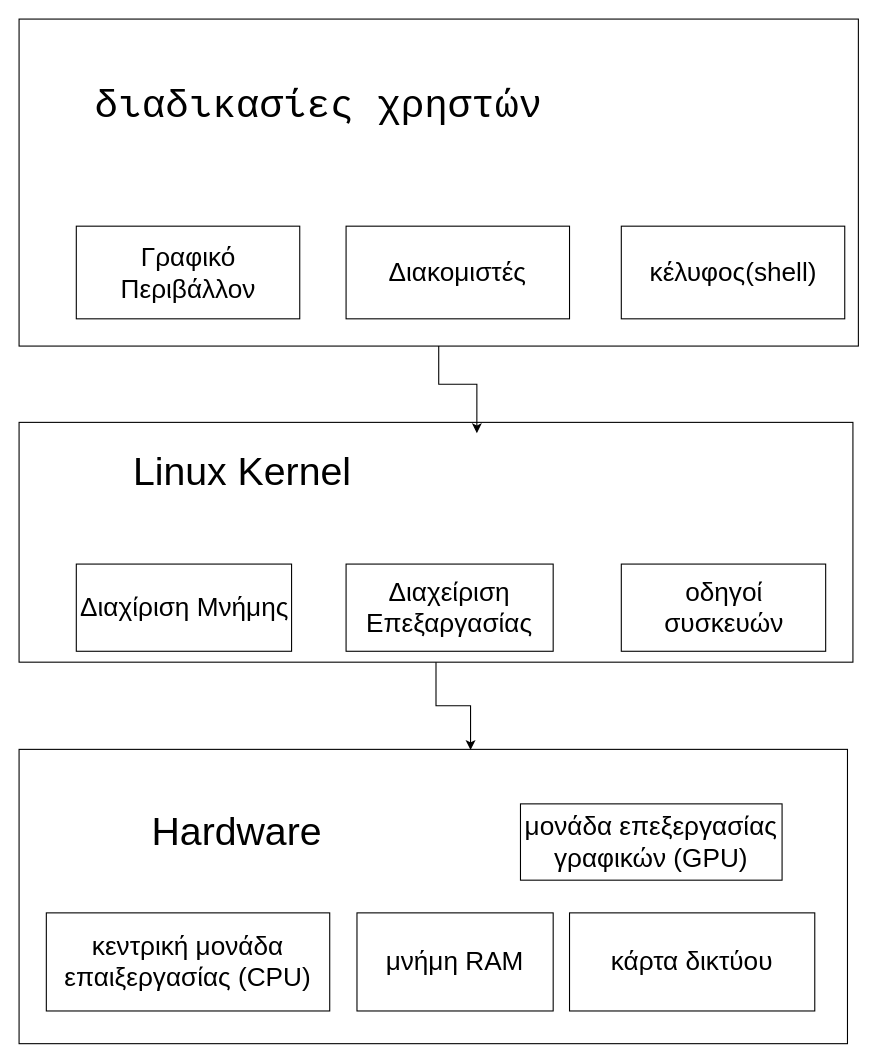
ChrisToumparis/linuxmoocduth keeps this draw.io diagram as linuxlevels.drawio. Above is the earlier version. Source tidied: cells renumbered, new cells numbered last; positions are measured from the earlier drawing's top-left corner, leaving out a move shared by most shapes. Both pictures are drawn from the tidied source at 109%, with x=0, y=0 at pixel (19, 19).
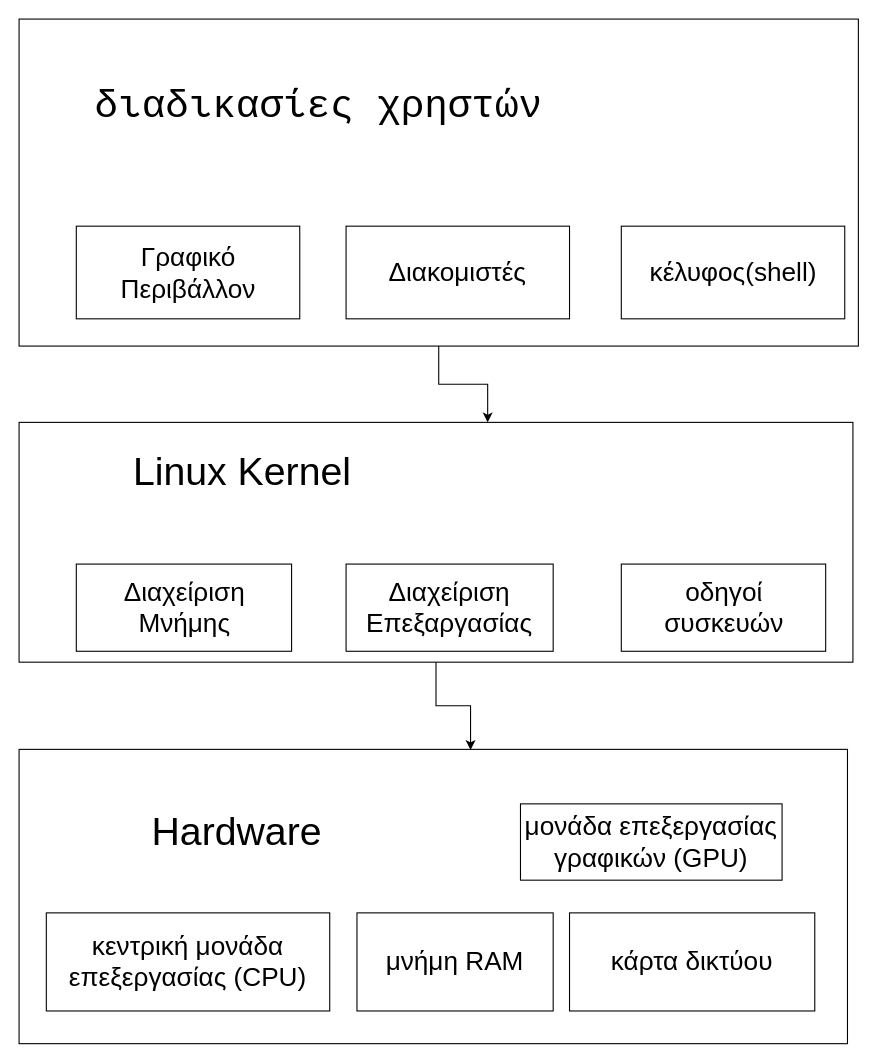
After the change.

What changed in the source:
```diff
@@
 <mxGraphModel>
   <root>
     <mxCell id="0" />
     <mxCell id="1" parent="0" />
     <mxCell id="2" style="rounded=0;whiteSpace=wrap;html=1;" parent="1" vertex="1">
       <mxGeometry width="770" height="300" as="geometry" />
     </mxCell>
     <mxCell id="3" value="&lt;font style=&quot;font-size: 24px;&quot;&gt;Γραφικό Περιβάλλον&lt;/font&gt;" style="rounded=0;whiteSpace=wrap;html=1;" parent="1" vertex="1">
       <mxGeometry x="52.5" y="190" width="205" height="85" as="geometry" />
     </mxCell>
     <mxCell id="4" value="&lt;font style=&quot;font-size: 24px;&quot;&gt;Διακομιστές&lt;/font&gt;" style="rounded=0;whiteSpace=wrap;html=1;" parent="1" vertex="1">
       <mxGeometry x="300" y="190" width="205" height="85" as="geometry" />
     </mxCell>
     <mxCell id="5" value="&lt;font style=&quot;font-size: 24px;&quot;&gt;κέλυφος(shell)&lt;/font&gt;" style="rounded=0;whiteSpace=wrap;html=1;" parent="1" vertex="1">
       <mxGeometry x="552.5" y="190" width="205" height="85" as="geometry" />
     </mxCell>
     <mxCell id="6" value="&lt;div role=&quot;text&quot; tabindex=&quot;0&quot; id=&quot;tw-target-text-container&quot; class=&quot;tw-ta-container tw-nfl&quot;&gt;&lt;pre dir=&quot;ltr&quot; aria-label=&quot;Μεταφρασμένο κείμενο: διαδικασίες χρήστη&quot; style=&quot;text-align:left&quot; id=&quot;tw-target-text&quot; class=&quot;tw-data-text tw-text-large tw-ta&quot;&gt;&lt;font style=&quot;font-size: 36px;&quot;&gt;διαδικασίες χρηστών&lt;/font&gt;&lt;/pre&gt;&lt;/div&gt;" style="text;html=1;align=center;verticalAlign=middle;whiteSpace=wrap;rounded=0;" parent="1" vertex="1">
       <mxGeometry x="50" y="20" width="450" height="120" as="geometry" />
     </mxCell>
     <mxCell id="7" style="rounded=0;whiteSpace=wrap;html=1;" parent="1" vertex="1">
       <mxGeometry y="370" width="765" height="220" as="geometry" />
     </mxCell>
-    <mxCell id="8" value="&lt;font style=&quot;font-size: 24px;&quot;&gt;Διαχίριση Μνήμης&lt;/font&gt;" style="rounded=0;whiteSpace=wrap;html=1;" parent="1" vertex="1">
+    <mxCell id="8" value="&lt;font style=&quot;font-size: 24px;&quot;&gt;Διαχείριση Μνήμης&lt;/font&gt;" style="rounded=0;whiteSpace=wrap;html=1;" parent="1" vertex="1">
       <mxGeometry x="52.5" y="500" width="197.5" height="80" as="geometry" />
     </mxCell>
     <mxCell id="9" value="&lt;font style=&quot;font-size: 24px;&quot;&gt;Διαχείριση Επεξαργασίας&lt;/font&gt;" style="rounded=0;whiteSpace=wrap;html=1;" parent="1" vertex="1">
       <mxGeometry x="300" y="500" width="190" height="80" as="geometry" />
     </mxCell>
     <mxCell id="10" value="&lt;font style=&quot;font-size: 24px;&quot;&gt;οδηγοί συσκευών&lt;/font&gt;" style="rounded=0;whiteSpace=wrap;html=1;" parent="1" vertex="1">
       <mxGeometry x="552.5" y="500" width="187.5" height="80" as="geometry" />
     </mxCell>
     <mxCell id="11" value="&lt;font style=&quot;font-size: 36px;&quot;&gt;Linux Kernel&lt;/font&gt;" style="text;html=1;align=center;verticalAlign=middle;whiteSpace=wrap;rounded=0;" parent="1" vertex="1">
       <mxGeometry x="60" y="400" width="290" height="30" as="geometry" />
     </mxCell>
     <mxCell id="12" style="rounded=0;whiteSpace=wrap;html=1;" parent="1" vertex="1">
       <mxGeometry y="670" width="760" height="270" as="geometry" />
     </mxCell>
     <mxCell id="13" value="&lt;font style=&quot;font-size: 36px;&quot;&gt;Hardware&lt;/font&gt;" style="text;html=1;align=center;verticalAlign=middle;whiteSpace=wrap;rounded=0;" parent="1" vertex="1">
       <mxGeometry x="70" y="700" width="260" height="90" as="geometry" />
     </mxCell>
-    <mxCell id="14" value="&lt;font style=&quot;font-size: 24px;&quot;&gt;κεντρική μονάδα επαιξεργασίας (CPU)&lt;/font&gt;" style="rounded=0;whiteSpace=wrap;html=1;" parent="1" vertex="1">
+    <mxCell id="14" value="&lt;font style=&quot;font-size: 24px;&quot;&gt;κεντρική μονάδα επεξεργασίας (CPU)&lt;/font&gt;" style="rounded=0;whiteSpace=wrap;html=1;" parent="1" vertex="1">
       <mxGeometry x="25" y="820" width="260" height="90" as="geometry" />
     </mxCell>
-    <mxCell id="15" style="edgeStyle=orthogonalEdgeStyle;rounded=0;jettySize=auto;html=1;entryX=0.549;entryY=0.045;entryDx=0;entryDy=0;entryPerimeter=0;" parent="1" edge="1" source="2" target="7">
-      <mxGeometry relative="1" as="geometry" />
-    </mxCell>
     <mxCell id="16" style="edgeStyle=orthogonalEdgeStyle;rounded=0;jettySize=auto;html=1;entryX=0.545;entryY=0.002;entryDx=0;entryDy=0;entryPerimeter=0;" parent="1" edge="1" source="7" target="12">
       <mxGeometry relative="1" as="geometry" />
     </mxCell>
     <mxCell id="17" value="&lt;font style=&quot;font-size: 24px;&quot;&gt;μνήμη RAM&lt;/font&gt;" style="rounded=0;whiteSpace=wrap;html=1;" parent="1" vertex="1">
       <mxGeometry x="310" y="820" width="180" height="90" as="geometry" />
     </mxCell>
     <mxCell id="18" value="&lt;font style=&quot;font-size: 24px;&quot;&gt;κάρτα δικτύου&lt;/font&gt;" style="rounded=0;whiteSpace=wrap;html=1;" parent="1" vertex="1">
       <mxGeometry x="505" y="820" width="225" height="90" as="geometry" />
     </mxCell>
     <mxCell id="19" value="&lt;font style=&quot;font-size: 24px;&quot;&gt;μονάδα επεξεργασίας γραφικών (GPU)&lt;/font&gt;" style="rounded=0;whiteSpace=wrap;html=1;" parent="1" vertex="1">
       <mxGeometry x="460" y="720" width="240" height="70" as="geometry" />
     </mxCell>
+    <mxCell id="15" style="edgeStyle=orthogonalEdgeStyle;rounded=0;jettySize=auto;html=1;entryX=0.562;entryY=0;entryDx=0;entryDy=0;entryPerimeter=0;" parent="1" edge="1" source="2" target="7">
+      <mxGeometry relative="1" as="geometry" />
+    </mxCell>
   </root>
 </mxGraphModel>
```
